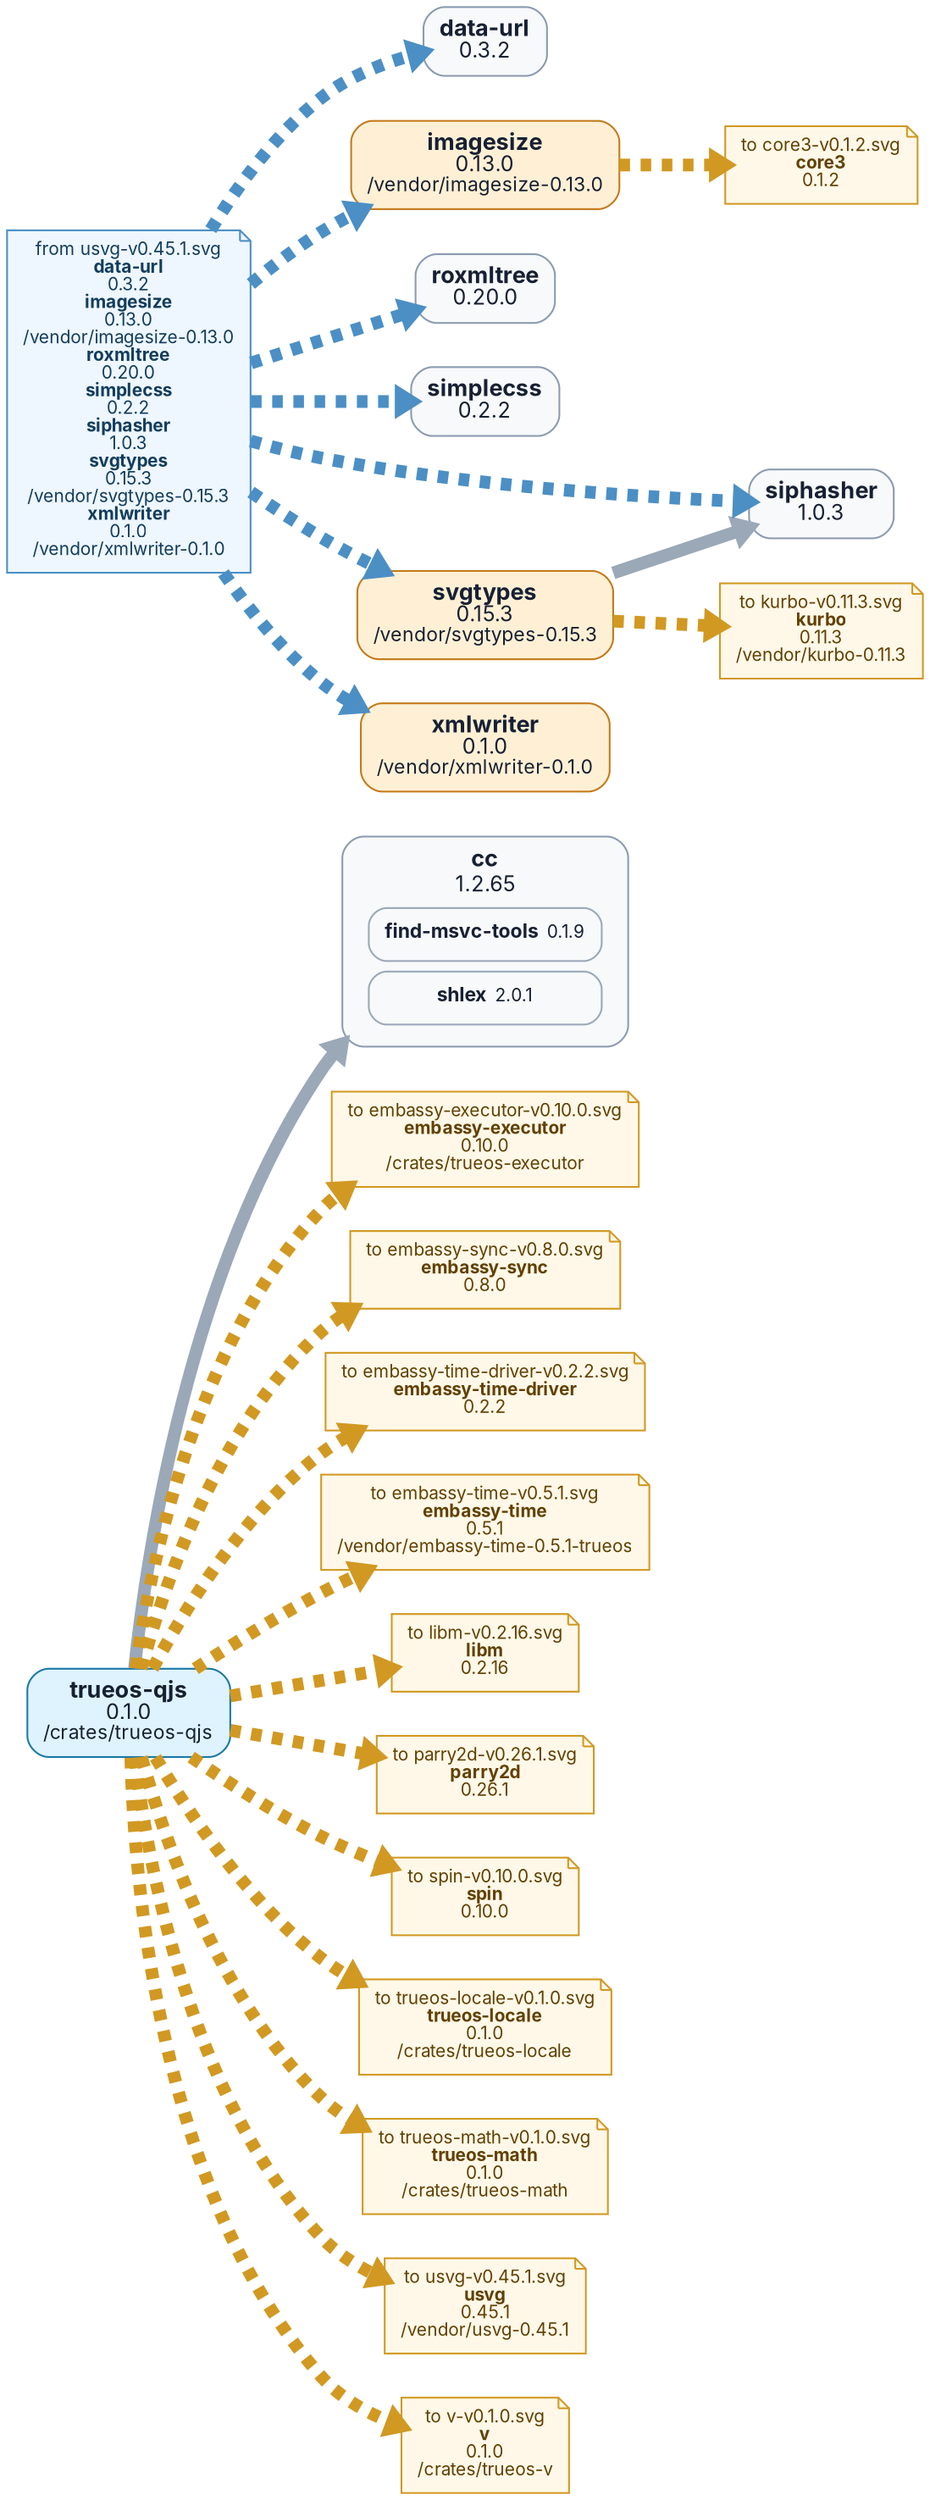
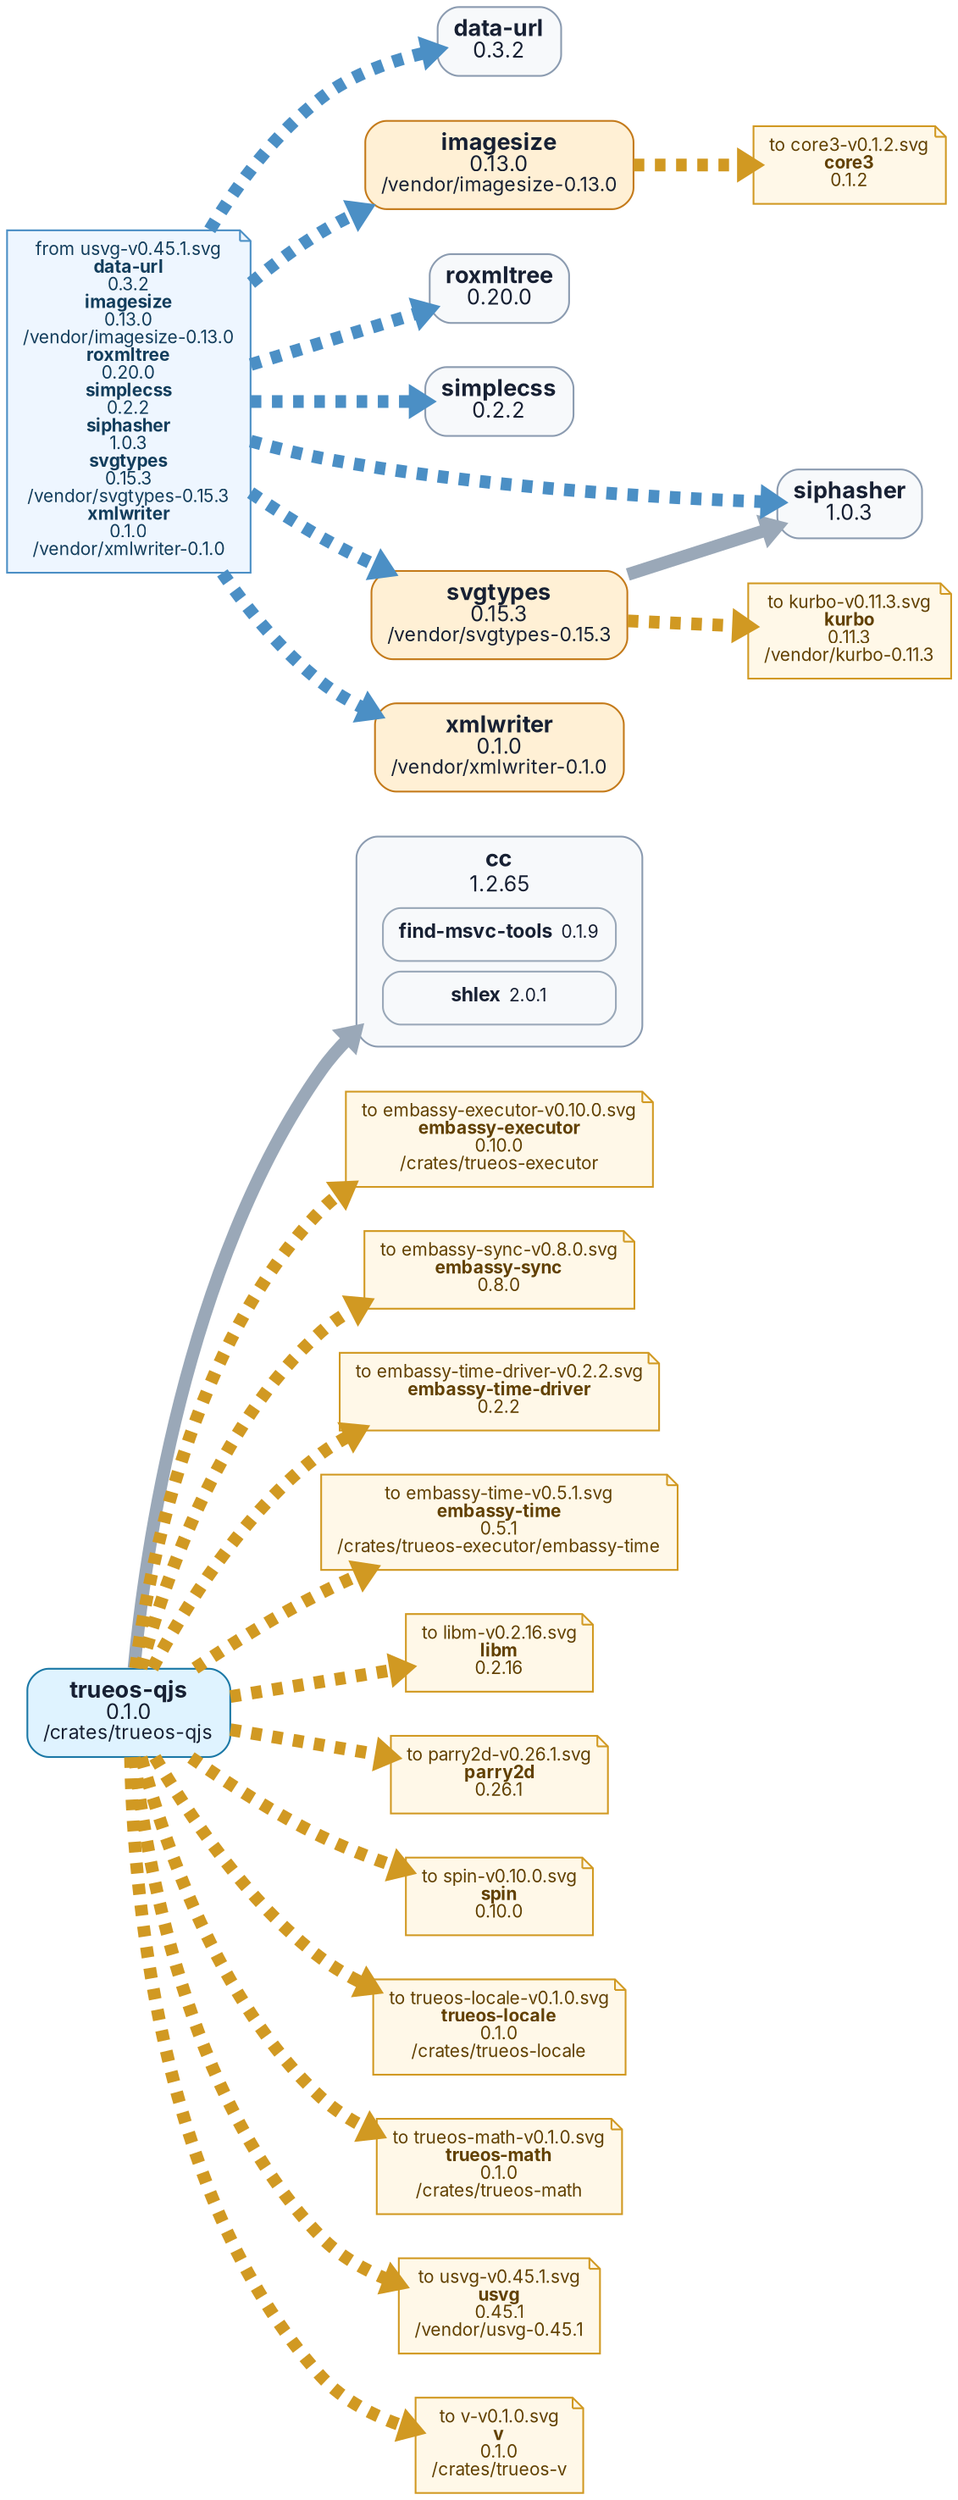
digraph "trueos-qjs-v0.1.0" {
  graph [rankdir=LR, bgcolor="white", overlap=false, splines=true, nodesep=0.35, ranksep=0.55];
  node [shape=box, style="rounded,filled", fontname="Inter,Arial", fontsize=10, margin="0.13,0.10", color="#8b9bb0", fillcolor="#f7f9fb", fontcolor="#172033"];
  edge [color="#9aa8b8", arrowsize=0.55, penwidth=7.2];
  n0 [label=<<FONT POINT-SIZE="13"><B>trueos-qjs</B></FONT><BR/><FONT POINT-SIZE="12">0.1.0</FONT><BR/><FONT POINT-SIZE="11">/crates/trueos-qjs</FONT>>, fillcolor="#dff3ff", color="#1b78a6"];
  n1 [label=<<TABLE BORDER="0" CELLBORDER="0" CELLSPACING="0" CELLPADDING="0"><TR><TD><FONT POINT-SIZE="13"><B>cc</B></FONT></TD></TR>
<TR><TD><FONT POINT-SIZE="12">1.2.65</FONT></TD></TR><TR><TD><TABLE BORDER="0" CELLBORDER="0" CELLSPACING="6" CELLPADDING="0"><TR><TD><TABLE BORDER="1" CELLBORDER="0" CELLSPACING="0" CELLPADDING="8" COLOR="#9aa8b8" STYLE="ROUNDED"><TR><TD><FONT POINT-SIZE="11"><B>find-msvc-tools</B></FONT> <FONT POINT-SIZE="10">0.1.9</FONT></TD></TR></TABLE></TD></TR><TR><TD><TABLE BORDER="1" CELLBORDER="0" CELLSPACING="0" CELLPADDING="8" COLOR="#9aa8b8" STYLE="ROUNDED"><TR><TD><FONT POINT-SIZE="11"><B>shlex</B></FONT> <FONT POINT-SIZE="10">2.0.1</FONT></TD></TR></TABLE></TD></TR></TABLE></TD></TR></TABLE>>, fillcolor="#f7f9fb", color="#8b9bb0"];
  n2 [label=<<FONT POINT-SIZE="13"><B>data-url</B></FONT><BR/><FONT POINT-SIZE="12">0.3.2</FONT>>, fillcolor="#f7f9fb", color="#8b9bb0"];
  n3 [label=<<FONT POINT-SIZE="13"><B>imagesize</B></FONT><BR/><FONT POINT-SIZE="12">0.13.0</FONT><BR/><FONT POINT-SIZE="11">/vendor/imagesize-0.13.0</FONT>>, fillcolor="#fff0d5", color="#c47a1a"];
  n4 [label=<<FONT POINT-SIZE="13"><B>roxmltree</B></FONT><BR/><FONT POINT-SIZE="12">0.20.0</FONT>>, fillcolor="#f7f9fb", color="#8b9bb0"];
  n5 [label=<<FONT POINT-SIZE="13"><B>simplecss</B></FONT><BR/><FONT POINT-SIZE="12">0.2.2</FONT>>, fillcolor="#f7f9fb", color="#8b9bb0"];
  n6 [label=<<FONT POINT-SIZE="13"><B>siphasher</B></FONT><BR/><FONT POINT-SIZE="12">1.0.3</FONT>>, fillcolor="#f7f9fb", color="#8b9bb0"];
  n7 [label=<<FONT POINT-SIZE="13"><B>svgtypes</B></FONT><BR/><FONT POINT-SIZE="12">0.15.3</FONT><BR/><FONT POINT-SIZE="11">/vendor/svgtypes-0.15.3</FONT>>, fillcolor="#fff0d5", color="#c47a1a"];
  n8 [label=<<FONT POINT-SIZE="13"><B>xmlwriter</B></FONT><BR/><FONT POINT-SIZE="12">0.1.0</FONT><BR/><FONT POINT-SIZE="11">/vendor/xmlwriter-0.1.0</FONT>>, fillcolor="#fff0d5", color="#c47a1a"];
  n7 -> n6;
  n0 -> n1;
  out0 [label=<to core3-v0.1.2.svg<BR/><B>core3</B><BR/>0.1.2>, shape=note, style="filled", fillcolor="#fff8e8", color="#d19922", fontcolor="#614000"];
  n3 -> out0 [style=dashed, color="#d19922"];
  out1 [label=<to embassy-executor-v0.10.0.svg<BR/><B>embassy-executor</B><BR/>0.10.0<BR/>/crates/trueos-executor>, shape=note, style="filled", fillcolor="#fff8e8", color="#d19922", fontcolor="#614000"];
  n0 -> out1 [style=dashed, color="#d19922"];
  out2 [label=<to embassy-sync-v0.8.0.svg<BR/><B>embassy-sync</B><BR/>0.8.0>, shape=note, style="filled", fillcolor="#fff8e8", color="#d19922", fontcolor="#614000"];
  n0 -> out2 [style=dashed, color="#d19922"];
  out3 [label=<to embassy-time-driver-v0.2.2.svg<BR/><B>embassy-time-driver</B><BR/>0.2.2>, shape=note, style="filled", fillcolor="#fff8e8", color="#d19922", fontcolor="#614000"];
  n0 -> out3 [style=dashed, color="#d19922"];
-   out4 [label=<to embassy-time-v0.5.1.svg<BR/><B>embassy-time</B><BR/>0.5.1<BR/>/vendor/embassy-time-0.5.1-trueos>, shape=note, style="filled", fillcolor="#fff8e8", color="#d19922", fontcolor="#614000"];
+   out4 [label=<to embassy-time-v0.5.1.svg<BR/><B>embassy-time</B><BR/>0.5.1<BR/>/crates/trueos-executor/embassy-time>, shape=note, style="filled", fillcolor="#fff8e8", color="#d19922", fontcolor="#614000"];
  n0 -> out4 [style=dashed, color="#d19922"];
  out5 [label=<to kurbo-v0.11.3.svg<BR/><B>kurbo</B><BR/>0.11.3<BR/>/vendor/kurbo-0.11.3>, shape=note, style="filled", fillcolor="#fff8e8", color="#d19922", fontcolor="#614000"];
  n7 -> out5 [style=dashed, color="#d19922"];
  out6 [label=<to libm-v0.2.16.svg<BR/><B>libm</B><BR/>0.2.16>, shape=note, style="filled", fillcolor="#fff8e8", color="#d19922", fontcolor="#614000"];
  n0 -> out6 [style=dashed, color="#d19922"];
  out7 [label=<to parry2d-v0.26.1.svg<BR/><B>parry2d</B><BR/>0.26.1>, shape=note, style="filled", fillcolor="#fff8e8", color="#d19922", fontcolor="#614000"];
  n0 -> out7 [style=dashed, color="#d19922"];
  out8 [label=<to spin-v0.10.0.svg<BR/><B>spin</B><BR/>0.10.0>, shape=note, style="filled", fillcolor="#fff8e8", color="#d19922", fontcolor="#614000"];
  n0 -> out8 [style=dashed, color="#d19922"];
  out9 [label=<to trueos-locale-v0.1.0.svg<BR/><B>trueos-locale</B><BR/>0.1.0<BR/>/crates/trueos-locale>, shape=note, style="filled", fillcolor="#fff8e8", color="#d19922", fontcolor="#614000"];
  n0 -> out9 [style=dashed, color="#d19922"];
  out10 [label=<to trueos-math-v0.1.0.svg<BR/><B>trueos-math</B><BR/>0.1.0<BR/>/crates/trueos-math>, shape=note, style="filled", fillcolor="#fff8e8", color="#d19922", fontcolor="#614000"];
  n0 -> out10 [style=dashed, color="#d19922"];
  out11 [label=<to usvg-v0.45.1.svg<BR/><B>usvg</B><BR/>0.45.1<BR/>/vendor/usvg-0.45.1>, shape=note, style="filled", fillcolor="#fff8e8", color="#d19922", fontcolor="#614000"];
  n0 -> out11 [style=dashed, color="#d19922"];
  out12 [label=<to v-v0.1.0.svg<BR/><B>v</B><BR/>0.1.0<BR/>/crates/trueos-v>, shape=note, style="filled", fillcolor="#fff8e8", color="#d19922", fontcolor="#614000"];
  n0 -> out12 [style=dashed, color="#d19922"];
  in13 [label=<from usvg-v0.45.1.svg<BR/><B>data-url</B><BR/>0.3.2<BR/><B>imagesize</B><BR/>0.13.0<BR/>/vendor/imagesize-0.13.0<BR/><B>roxmltree</B><BR/>0.20.0<BR/><B>simplecss</B><BR/>0.2.2<BR/><B>siphasher</B><BR/>1.0.3<BR/><B>svgtypes</B><BR/>0.15.3<BR/>/vendor/svgtypes-0.15.3<BR/><B>xmlwriter</B><BR/>0.1.0<BR/>/vendor/xmlwriter-0.1.0>, shape=note, style="filled", fillcolor="#eef6ff", color="#4b8fc5", fontcolor="#123d5c"];
  in13 -> n2 [style=dashed, color="#4b8fc5"];
  in13 -> n3 [style=dashed, color="#4b8fc5"];
  in13 -> n4 [style=dashed, color="#4b8fc5"];
  in13 -> n5 [style=dashed, color="#4b8fc5"];
  in13 -> n6 [style=dashed, color="#4b8fc5"];
  in13 -> n7 [style=dashed, color="#4b8fc5"];
  in13 -> n8 [style=dashed, color="#4b8fc5"];
  // collapsed leaf ends: 2
  // centered two-input leaves: 0
  // nested two-input leaves: 0
}
